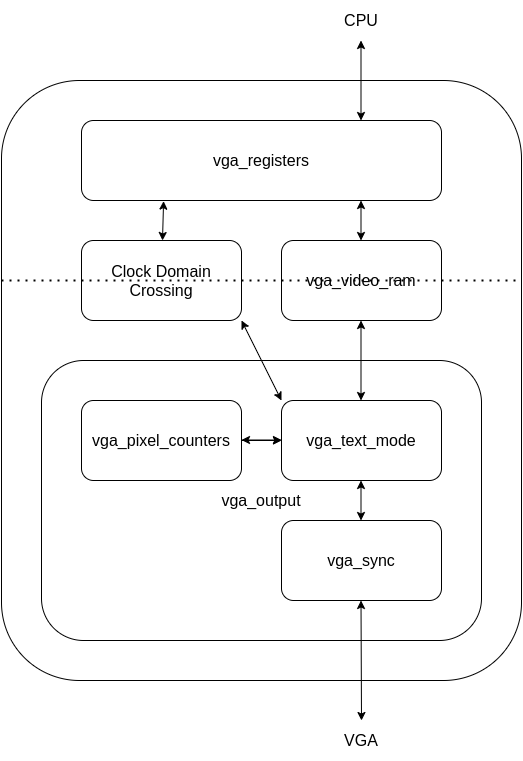
The draw.io diagram doc/VGA_Design.png in sy2002/QNICE-FPGA, before a commit. Source tidied: cells renumbered, new cells last; positions are measured from the earlier drawing's top-left corner, leaving out a move shared by most shapes.
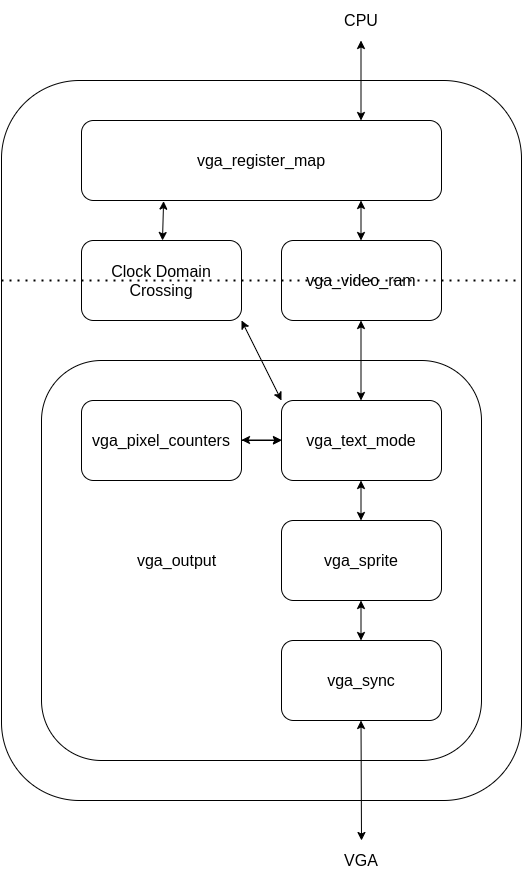
Later version of the same file.

Commit message:
Bugfixes and update design description

Change to the diagram source:
```diff
@@ -3,10 +3,10 @@
     <mxCell id="0" />
     <mxCell id="1" parent="0" />
     <mxCell id="2" style="rounded=1;whiteSpace=wrap;html=1;fillColor=none;" parent="1" vertex="1">
-      <mxGeometry y="80" width="520" height="600" as="geometry" />
+      <mxGeometry y="80" width="520" height="720" as="geometry" />
     </mxCell>
-    <mxCell id="3" value="&lt;font style=&quot;font-size: 16px&quot;&gt;vga_output&lt;/font&gt;" style="rounded=1;whiteSpace=wrap;html=1;fillColor=none;" parent="1" vertex="1">
-      <mxGeometry x="40" y="360" width="440" height="280" as="geometry" />
+    <mxCell id="3" value="&lt;font style=&quot;font-size: 16px&quot;&gt;vga_output&amp;nbsp; &amp;nbsp; &amp;nbsp; &amp;nbsp; &amp;nbsp; &amp;nbsp; &amp;nbsp; &amp;nbsp; &amp;nbsp; &amp;nbsp; &amp;nbsp; &amp;nbsp; &amp;nbsp; &amp;nbsp; &amp;nbsp; &amp;nbsp; &amp;nbsp; &amp;nbsp; &amp;nbsp;&amp;nbsp;&lt;/font&gt;" style="rounded=1;whiteSpace=wrap;html=1;fillColor=none;" parent="1" vertex="1">
+      <mxGeometry x="40" y="360" width="440" height="400" as="geometry" />
     </mxCell>
     <mxCell id="4" style="edgeStyle=orthogonalEdgeStyle;rounded=0;jettySize=auto;html=1;" parent="1" edge="1" source="5" target="6">
       <mxGeometry relative="1" as="geometry" />
@@ -18,7 +18,7 @@
       <mxGeometry x="280" y="400" width="160" height="80" as="geometry" />
     </mxCell>
     <mxCell id="7" value="&lt;font style=&quot;font-size: 16px&quot;&gt;vga_sync&lt;/font&gt;" style="rounded=1;whiteSpace=wrap;html=1;" parent="1" vertex="1">
-      <mxGeometry x="280" y="520" width="160" height="80" as="geometry" />
+      <mxGeometry x="280" y="640" width="160" height="80" as="geometry" />
     </mxCell>
     <mxCell id="8" value="&lt;font style=&quot;font-size: 16px&quot;&gt;Clock Domain Crossing&lt;/font&gt;" style="rounded=1;whiteSpace=wrap;html=1;fillColor=none;" parent="1" vertex="1">
       <mxGeometry x="80" y="240" width="160" height="80" as="geometry" />
@@ -26,7 +26,7 @@
     <mxCell id="9" value="&lt;font style=&quot;font-size: 16px&quot;&gt;vga_video_ram&lt;/font&gt;" style="rounded=1;whiteSpace=wrap;html=1;fillColor=none;" parent="1" vertex="1">
       <mxGeometry x="280" y="240" width="160" height="80" as="geometry" />
     </mxCell>
-    <mxCell id="10" value="&lt;font style=&quot;font-size: 16px&quot;&gt;vga_registers&lt;/font&gt;" style="rounded=1;whiteSpace=wrap;html=1;fillColor=none;" parent="1" vertex="1">
+    <mxCell id="10" value="&lt;font style=&quot;font-size: 16px&quot;&gt;vga_register_map&lt;/font&gt;" style="rounded=1;whiteSpace=wrap;html=1;fillColor=none;" parent="1" vertex="1">
       <mxGeometry x="80" y="120" width="360" height="80" as="geometry" />
     </mxCell>
     <mxCell id="11" style="endArrow=classic;startArrow=classic;html=1;" parent="1" edge="1">
@@ -71,8 +71,8 @@
     </mxCell>
     <mxCell id="18" style="endArrow=classic;startArrow=classic;html=1;" parent="1" edge="1">
       <mxGeometry relative="1" as="geometry">
-        <mxPoint x="360" y="720" as="sourcePoint" />
-        <mxPoint x="359.5" y="600" as="targetPoint" />
+        <mxPoint x="360" y="840" as="sourcePoint" />
+        <mxPoint x="359.5" y="720" as="targetPoint" />
       </mxGeometry>
     </mxCell>
     <mxCell id="19" style="endArrow=none;dashed=1;html=1;dashPattern=1 3;strokeWidth=2;" parent="1" edge="1">
@@ -85,7 +85,16 @@
       <mxGeometry x="320" width="80" height="40" as="geometry" />
     </mxCell>
     <mxCell id="21" value="&lt;font style=&quot;font-size: 16px&quot;&gt;VGA&lt;/font&gt;" style="text;html=1;strokeColor=none;fillColor=none;align=center;verticalAlign=middle;whiteSpace=wrap;rounded=0;" parent="1" vertex="1">
-      <mxGeometry x="320" y="720" width="80" height="40" as="geometry" />
+      <mxGeometry x="320" y="840" width="80" height="40" as="geometry" />
     </mxCell>
+    <mxCell id="22" value="&lt;font style=&quot;font-size: 16px&quot;&gt;vga_sprite&lt;/font&gt;" style="rounded=1;whiteSpace=wrap;html=1;" parent="1" vertex="1">
+      <mxGeometry x="280" y="520" width="160" height="80" as="geometry" />
+    </mxCell>
+    <mxCell id="23" style="endArrow=classic;startArrow=classic;html=1;" parent="1" edge="1">
+      <mxGeometry relative="1" as="geometry">
+        <mxPoint x="359.5" y="600" as="sourcePoint" />
+        <mxPoint x="359.5" y="640" as="targetPoint" />
+      </mxGeometry>
+    </mxCell>
   </root>
 </mxGraphModel>
```
